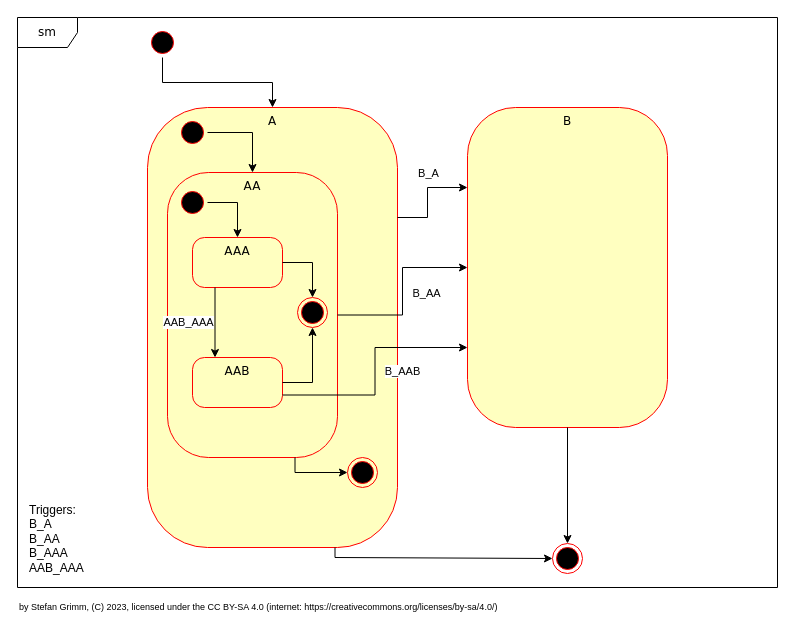
mrstefangrimm/TemplateStateMachine keeps this draw.io diagram as vsprojs/UnitTests/InitFinishTransitionSubstateTest.drawio. Above is the earlier version. Source tidied: cells renumbered, new cells numbered last; positions are measured from the earlier drawing's top-left corner, leaving out a move shared by most shapes. Both pictures are drawn from the tidied source at 100%, with x=0, y=0 at pixel (17, 17).
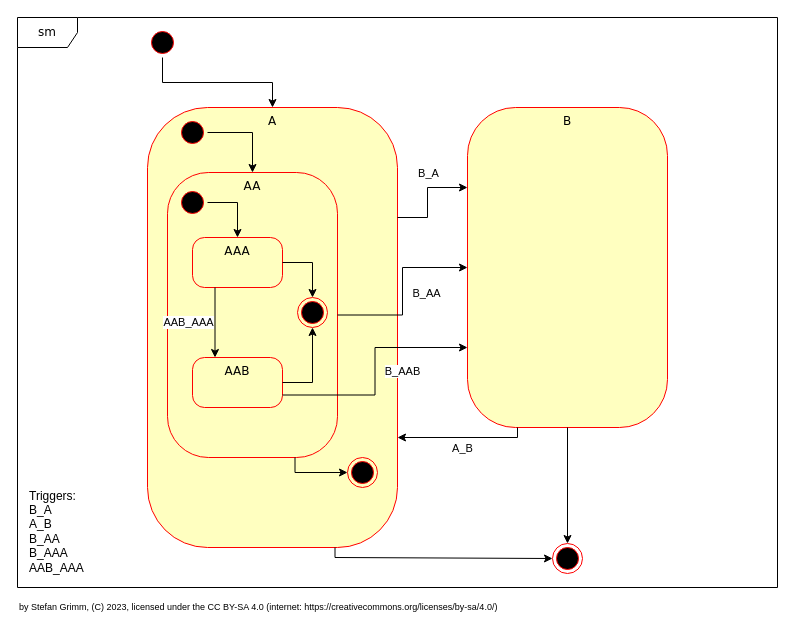
The same page after the edit.

The change refers to these unchanged cells:
```xml
<mxCell id="3" value="A" style="rounded=1;whiteSpace=wrap;html=1;arcSize=24;fillColor=#ffffc0;strokeColor=#ff0000;shadow=0;comic=0;labelBackgroundColor=none;fontFamily=Verdana;fontSize=12;fontColor=#000000;align=center;verticalAlign=top;" parent="1" vertex="1">
  <mxGeometry x="130" y="90" width="250" height="440" as="geometry" />
</mxCell>
<mxCell id="4" value="B" style="rounded=1;whiteSpace=wrap;html=1;arcSize=24;fillColor=#ffffc0;strokeColor=#ff0000;shadow=0;comic=0;labelBackgroundColor=none;fontFamily=Verdana;fontSize=12;fontColor=#000000;align=center;verticalAlign=top;" parent="1" vertex="1">
  <mxGeometry x="450" y="90" width="200" height="320" as="geometry" />
</mxCell>
```

What changed in the source:
```diff
@@
-    <mxCell id="8" value="Triggers:&lt;br&gt;B_A&lt;br&gt;B_AA&lt;br&gt;B_AAA&lt;br&gt;AAB_AAA" style="text;html=1;strokeColor=none;fillColor=none;align=left;verticalAlign=bottom;whiteSpace=wrap;rounded=0;" parent="1" vertex="1">
+    <mxCell id="8" value="Triggers:&lt;br&gt;B_A&lt;br&gt;A_B&lt;br&gt;B_AA&lt;br&gt;B_AAA&lt;br&gt;AAB_AAA" style="text;html=1;strokeColor=none;fillColor=none;align=left;verticalAlign=bottom;whiteSpace=wrap;rounded=0;" parent="1" vertex="1">
       <mxGeometry x="10" y="450" width="100" height="110" as="geometry" />
     </mxCell>
@@
+    <mxCell id="30" style="edgeStyle=orthogonalEdgeStyle;rounded=0;jettySize=auto;html=1;exitX=0.25;exitY=1;exitDx=0;exitDy=0;entryX=1;entryY=0.75;entryDx=0;entryDy=0;" parent="1" edge="1" source="4" target="3">
+      <mxGeometry relative="1" as="geometry">
+        <Array as="points">
+          <mxPoint x="500" y="420" />
+        </Array>
+      </mxGeometry>
+    </mxCell>
+    <mxCell id="31" value="A_B" style="edgeLabel;html=1;align=center;verticalAlign=middle;" parent="30" vertex="1">
+      <mxGeometry x="-0.54" y="3" relative="1" as="geometry">
+        <mxPoint x="-36" y="7" as="offset" />
+      </mxGeometry>
+    </mxCell>
```
